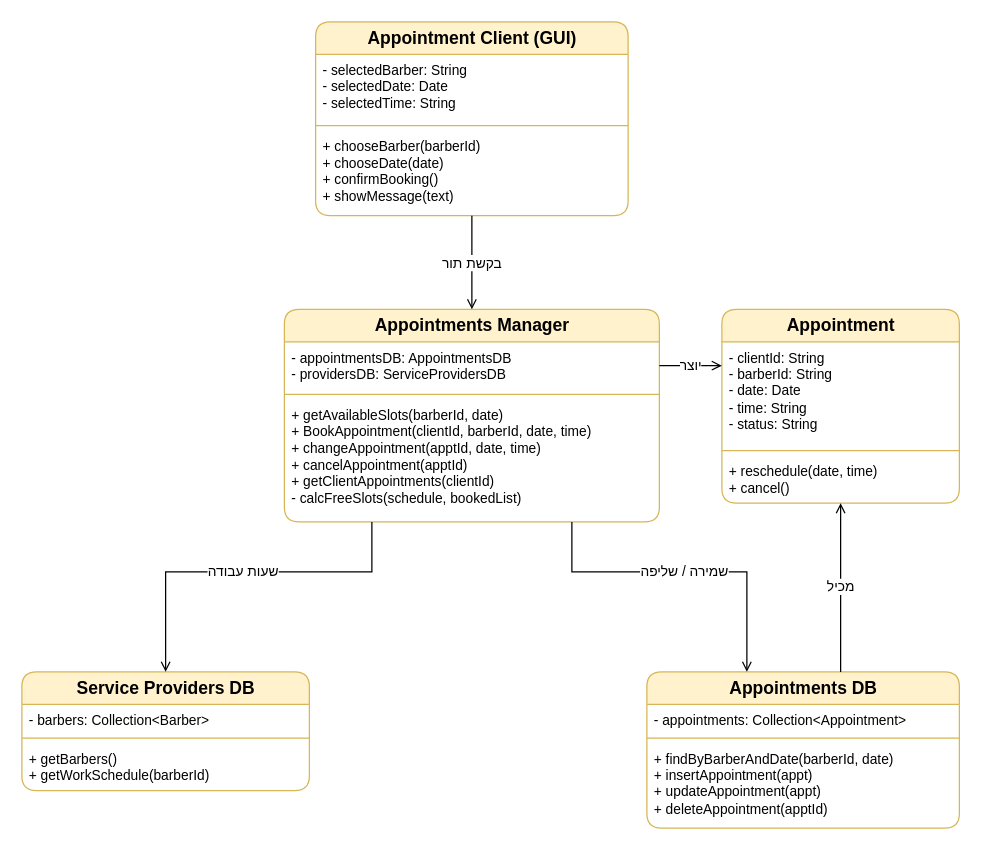
Before: diagrams/CLS-AppointmentsManager.drawio in arielkaplan20/project_Golden_Hair_Salon, a draw.io diagram. Source tidied: cells renumbered, new cells numbered last; positions are measured from the earlier drawing's top-left corner, leaving out a move shared by most shapes. Both pictures are drawn from the tidied source at 125%, with x=0, y=0 at pixel (21, 21).
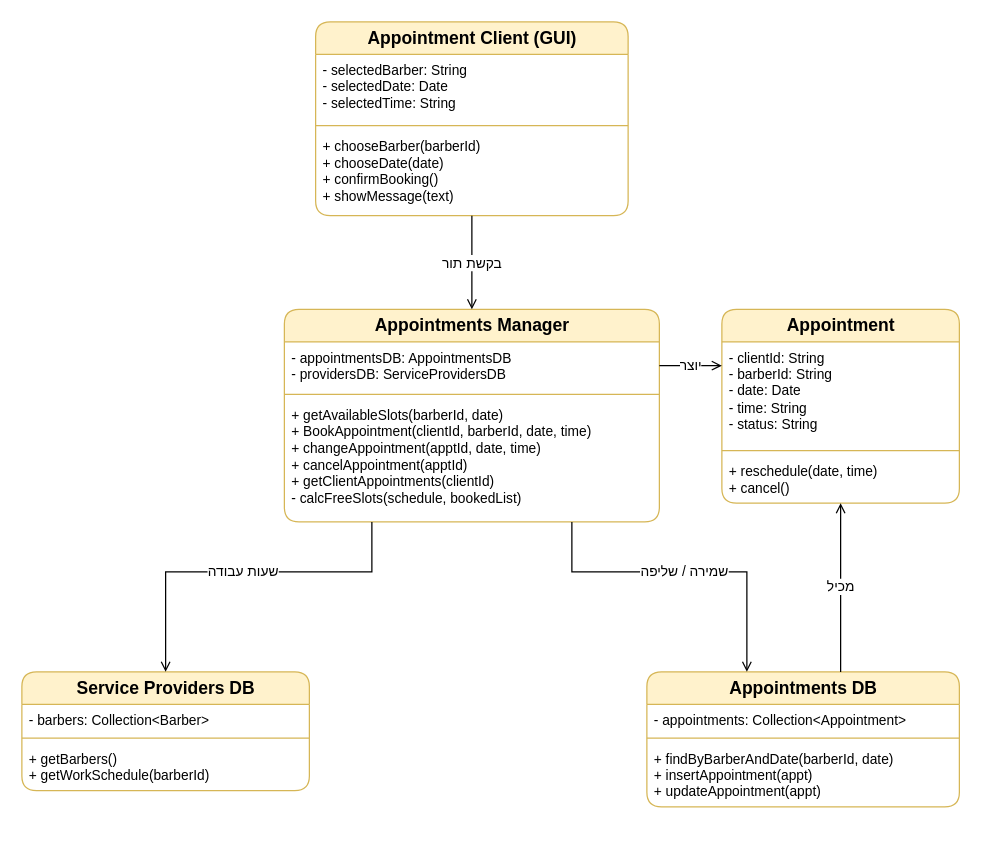
After the change.

Change to the diagram source:
```diff
@@
     <mxCell id="14" value="Appointments DB" style="swimlane;fontStyle=1;align=center;verticalAlign=middle;horizontal=1;startSize=26;rounded=1;html=1;fillColor=#fff2cc;strokeColor=#d6b656;fontSize=14;" parent="1" vertex="1">
-      <mxGeometry x="500" y="520" width="250" height="125" as="geometry" />
+      <mxGeometry x="500" y="520" width="250" height="108" as="geometry" />
     </mxCell>
@@
-    <mxCell id="17" value="+ findByBarberAndDate(barberId, date)&lt;br&gt;+ insertAppointment(appt)&lt;br&gt;+ updateAppointment(appt)&lt;br&gt;+ deleteAppointment(apptId)" style="text;strokeColor=none;fillColor=none;align=left;verticalAlign=top;spacingLeft=4;spacingRight=4;whiteSpace=wrap;html=1;fontSize=11;" parent="14" vertex="1">
-      <mxGeometry y="57" width="250" height="68" as="geometry" />
+    <mxCell id="17" value="+ findByBarberAndDate(barberId, date)&lt;br&gt;+ insertAppointment(appt)&lt;br&gt;+ updateAppointment(appt)" style="text;strokeColor=none;fillColor=none;align=left;verticalAlign=top;spacingLeft=4;spacingRight=4;whiteSpace=wrap;html=1;fontSize=11;" parent="14" vertex="1">
+      <mxGeometry y="57" width="250" height="51" as="geometry" />
     </mxCell>
```
